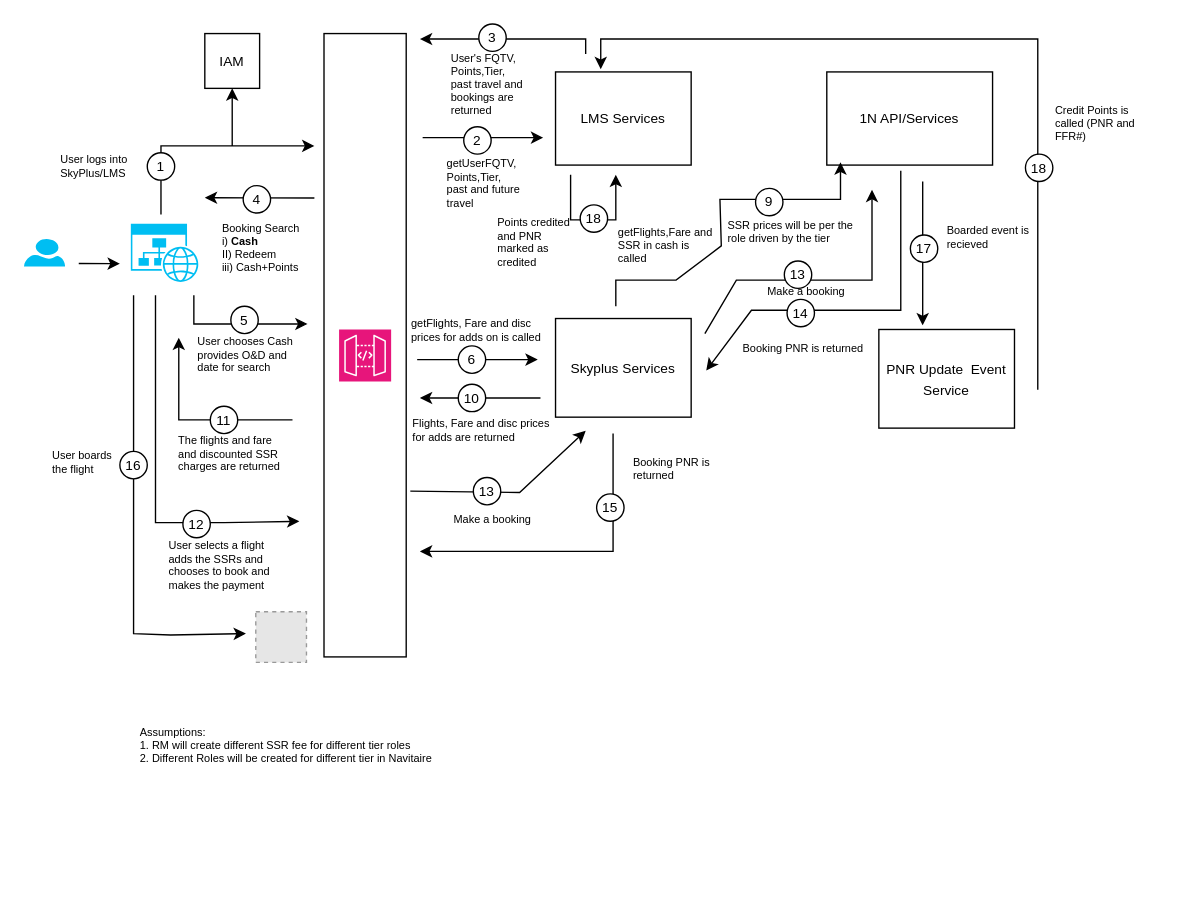
The draw.io diagram page "Book" (2 of 3) of Earn_Booking_Flow.drawio in nchauhan4/drawings, before the edit. Source tidied: cells renumbered, new cells numbered last; positions are measured from the earlier drawing's top-left corner, leaving out a move shared by most shapes. Both pictures are drawn from the tidied source at 137%, with x=0, y=0 at pixel (23, 23). Pictures stored in the file or linked from it are replaced by grey dashed boxes.
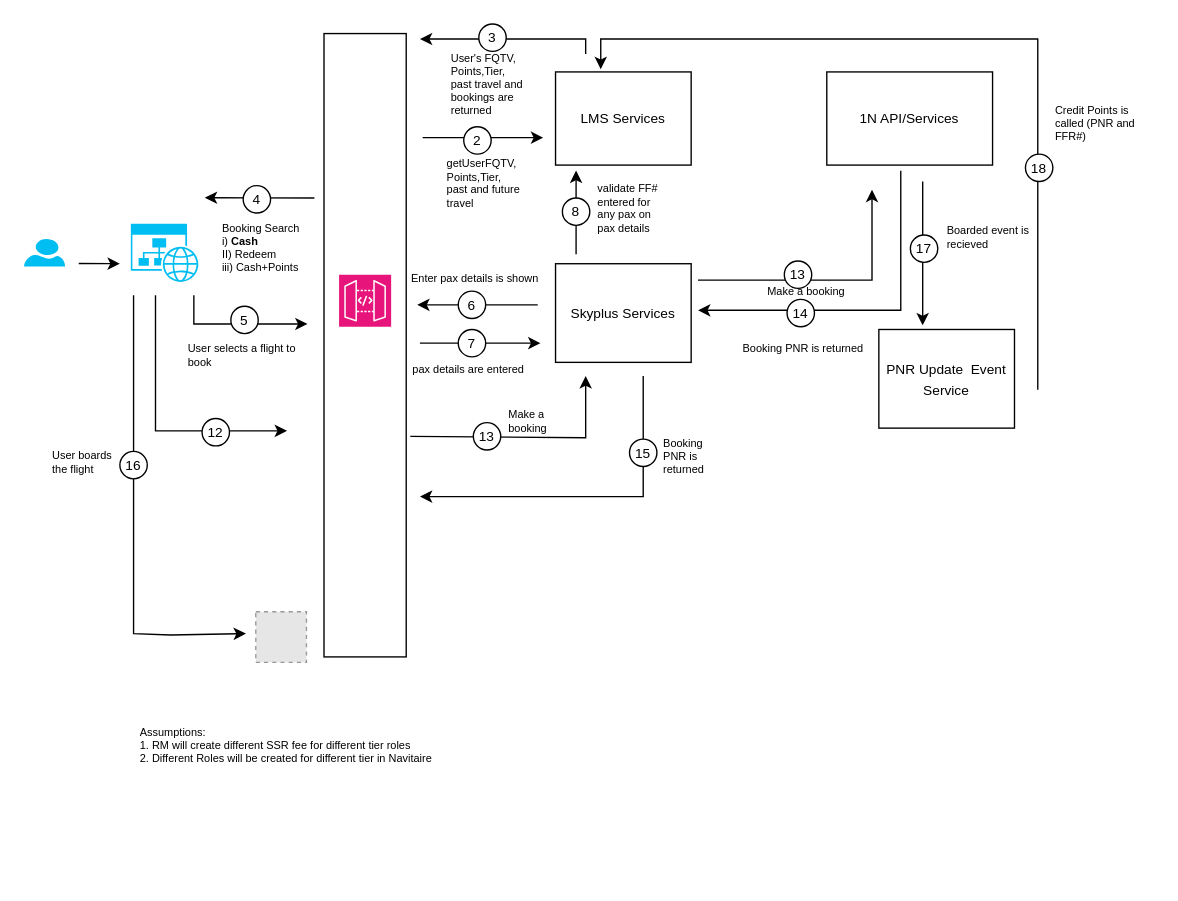
Above is the later version.

What changed in the source:
```diff
@@
     <mxCell id="5" style="sketch=0;fontColor=#232F3E;fillColor=#E7157B;strokeColor=#ffffff;dashed=0;verticalLabelPosition=bottom;verticalAlign=top;align=center;html=1;fontSize=12;fontStyle=0;shape=mxgraph.aws4.resourceIcon;resIcon=mxgraph.aws4.api_gateway;" parent="1" vertex="1">
-      <mxGeometry x="230" y="223" width="38" height="38" as="geometry" />
+      <mxGeometry x="230" y="183" width="38" height="38" as="geometry" />
     </mxCell>
@@
-    <mxCell id="7" style="endArrow=classic;html=1;rounded=0;" parent="1" edge="1">
-      <mxGeometry relative="1" as="geometry">
-        <mxPoint x="100" y="139" as="sourcePoint" />
-        <mxPoint x="212" y="89" as="targetPoint" />
-        <Array as="points">
-          <mxPoint x="100" y="89" />
-        </Array>
-      </mxGeometry>
-    </mxCell>
@@
-    <mxCell id="9" style="endArrow=classic;html=1;rounded=0;entryX=0.5;entryY=1;entryDx=0;entryDy=0;" parent="1" edge="1" target="10">
-      <mxGeometry relative="1" as="geometry">
-        <mxPoint x="152" y="89" as="sourcePoint" />
-      </mxGeometry>
-    </mxCell>
-    <mxCell id="10" value="&lt;font style=&quot;font-size: 10px;&quot;&gt;IAM&lt;/font&gt;" style="rounded=0;whiteSpace=wrap;html=1;" parent="1" vertex="1">
-      <mxGeometry x="132" y="7" width="40" height="40" as="geometry" />
-    </mxCell>
@@
-    <mxCell id="14" style="ellipse;whiteSpace=wrap;html=1;" parent="1" vertex="1">
-      <mxGeometry x="90" y="94" width="20" height="20" as="geometry" />
-    </mxCell>
-    <mxCell id="15" value="&lt;font style=&quot;font-size: 10px;&quot;&gt;1&lt;/font&gt;" style="text;html=1;strokeColor=none;fillColor=none;align=center;verticalAlign=middle;whiteSpace=wrap;rounded=0;" parent="1" vertex="1">
-      <mxGeometry x="85" y="94" width="30" height="20" as="geometry" />
-    </mxCell>
-    <mxCell id="16" value="User logs into SkyPlus/LMS" style="text;html=1;strokeColor=none;fillColor=none;align=left;verticalAlign=top;whiteSpace=wrap;rounded=0;fontSize=8;" parent="1" vertex="1">
-      <mxGeometry x="24.5" y="87.5" width="58.5" height="38.5" as="geometry" />
-    </mxCell>
@@
-    <mxCell id="20" value="User chooses Cash provides O&amp;amp;D and date for search" style="text;html=1;strokeColor=none;fillColor=none;align=left;verticalAlign=top;whiteSpace=wrap;rounded=0;fontSize=8;" parent="1" vertex="1">
-      <mxGeometry x="124.5" y="220.5" width="76.5" height="38.5" as="geometry" />
-    </mxCell>
@@
     <mxCell id="22" value="&lt;font style=&quot;font-size: 10px;&quot;&gt;Skyplus Services&lt;/font&gt;" style="rounded=0;whiteSpace=wrap;html=1;" parent="1" vertex="1">
-      <mxGeometry x="388" y="215" width="99" height="72" as="geometry" />
+      <mxGeometry x="388" y="175" width="99" height="72" as="geometry" />
     </mxCell>
@@
-    <mxCell id="28" value="getFlights,Fare and SSR in cash is called" style="text;html=1;strokeColor=none;fillColor=none;align=left;verticalAlign=top;whiteSpace=wrap;rounded=0;fontSize=8;" parent="1" vertex="1">
-      <mxGeometry x="432" y="141" width="72.8" height="33" as="geometry" />
-    </mxCell>
     <mxCell id="29" style="endArrow=classic;html=1;rounded=0;" parent="1" edge="1">
       <mxGeometry relative="1" as="geometry">
-        <mxPoint x="287" y="245" as="sourcePoint" />
-        <mxPoint x="375" y="245" as="targetPoint" />
+        <mxPoint x="375" y="205" as="sourcePoint" />
+        <mxPoint x="287" y="205" as="targetPoint" />
       </mxGeometry>
     </mxCell>
     <mxCell id="30" style="ellipse;whiteSpace=wrap;html=1;" parent="1" vertex="1">
-      <mxGeometry x="317" y="235" width="20" height="20" as="geometry" />
+      <mxGeometry x="317" y="195" width="20" height="20" as="geometry" />
     </mxCell>
     <mxCell id="31" value="&lt;font style=&quot;font-size: 10px;&quot;&gt;6&lt;/font&gt;" style="text;html=1;strokeColor=none;fillColor=none;align=center;verticalAlign=middle;whiteSpace=wrap;rounded=0;" parent="1" vertex="1">
-      <mxGeometry x="312" y="235" width="30" height="20" as="geometry" />
+      <mxGeometry x="312" y="195" width="30" height="20" as="geometry" />
     </mxCell>
-    <mxCell id="32" value="getFlights, Fare and disc prices for adds on is called" style="text;html=1;strokeColor=none;fillColor=none;align=left;verticalAlign=top;whiteSpace=wrap;rounded=0;fontSize=8;" parent="1" vertex="1">
-      <mxGeometry x="281.4" y="208" width="109.2" height="18" as="geometry" />
+    <mxCell id="32" value="Enter pax details is shown" style="text;html=1;strokeColor=none;fillColor=none;align=left;verticalAlign=top;whiteSpace=wrap;rounded=0;fontSize=8;" parent="1" vertex="1">
+      <mxGeometry x="281.4" y="175" width="109.2" height="18" as="geometry" />
     </mxCell>
     <mxCell id="33" style="endArrow=classic;html=1;rounded=0;" parent="1" edge="1">
       <mxGeometry relative="1" as="geometry">
         <mxPoint x="640" y="107.2" as="sourcePoint" />
-        <mxPoint x="498" y="253" as="targetPoint" />
+        <mxPoint x="492" y="209" as="targetPoint" />
         <Array as="points">
           <mxPoint x="640" y="129.2" />
           <mxPoint x="640" y="165" />
           <mxPoint x="640" y="187" />
           <mxPoint x="640" y="209" />
           <mxPoint x="531" y="209" />
         </Array>
       </mxGeometry>
     </mxCell>
-    <mxCell id="34" style="endArrow=classic;html=1;rounded=0;" parent="1" edge="1">
-      <mxGeometry relative="1" as="geometry">
-        <mxPoint x="432" y="206" as="sourcePoint" />
-        <mxPoint x="596" y="101" as="targetPoint" />
-        <Array as="points">
-          <mxPoint x="432" y="187" />
-          <mxPoint x="476" y="187" />
-          <mxPoint x="509" y="162" />
-          <mxPoint x="508" y="128" />
-          <mxPoint x="596" y="128" />
-        </Array>
-      </mxGeometry>
-    </mxCell>
-    <mxCell id="35" style="ellipse;whiteSpace=wrap;html=1;" parent="1" vertex="1">
-      <mxGeometry x="534" y="120" width="20" height="20" as="geometry" />
-    </mxCell>
-    <mxCell id="36" value="&lt;font style=&quot;font-size: 10px;&quot;&gt;9&lt;/font&gt;" style="text;html=1;strokeColor=none;fillColor=none;align=center;verticalAlign=middle;whiteSpace=wrap;rounded=0;" parent="1" vertex="1">
-      <mxGeometry x="529" y="119" width="30" height="20" as="geometry" />
-    </mxCell>
     <mxCell id="37" style="endArrow=classic;html=1;rounded=0;" parent="1" edge="1">
       <mxGeometry relative="1" as="geometry">
-        <mxPoint x="377" y="273" as="sourcePoint" />
-        <mxPoint x="289" y="273" as="targetPoint" />
+        <mxPoint x="289" y="233" as="sourcePoint" />
+        <mxPoint x="377" y="233" as="targetPoint" />
         <Array as="points">
-          <mxPoint x="344" y="273" />
-          <mxPoint x="311" y="273" />
+          <mxPoint x="311" y="233" />
+          <mxPoint x="344" y="233" />
         </Array>
       </mxGeometry>
     </mxCell>
     <mxCell id="38" style="ellipse;whiteSpace=wrap;html=1;" parent="1" vertex="1">
-      <mxGeometry x="317" y="263" width="20" height="20" as="geometry" />
+      <mxGeometry x="317" y="223" width="20" height="20" as="geometry" />
     </mxCell>
-    <mxCell id="39" value="&lt;font style=&quot;font-size: 10px;&quot;&gt;10&lt;/font&gt;" style="text;html=1;strokeColor=none;fillColor=none;align=center;verticalAlign=middle;whiteSpace=wrap;rounded=0;" parent="1" vertex="1">
-      <mxGeometry x="312" y="263" width="30" height="20" as="geometry" />
+    <mxCell id="39" value="&lt;font style=&quot;font-size: 10px;&quot;&gt;7&lt;/font&gt;" style="text;html=1;strokeColor=none;fillColor=none;align=center;verticalAlign=middle;whiteSpace=wrap;rounded=0;" parent="1" vertex="1">
+      <mxGeometry x="312" y="223" width="30" height="20" as="geometry" />
     </mxCell>
-    <mxCell id="40" style="endArrow=classic;html=1;rounded=0;" parent="1" edge="1">
-      <mxGeometry relative="1" as="geometry">
-        <mxPoint x="196" y="289" as="sourcePoint" />
-        <mxPoint x="113" y="229" as="targetPoint" />
-        <Array as="points">
-          <mxPoint x="163" y="289" />
-          <mxPoint x="113" y="289" />
-        </Array>
-      </mxGeometry>
-    </mxCell>
-    <mxCell id="41" style="ellipse;whiteSpace=wrap;html=1;" parent="1" vertex="1">
-      <mxGeometry x="136" y="279" width="20" height="20" as="geometry" />
-    </mxCell>
-    <mxCell id="42" value="&lt;font style=&quot;font-size: 10px;&quot;&gt;11&lt;/font&gt;" style="text;html=1;strokeColor=none;fillColor=none;align=center;verticalAlign=middle;whiteSpace=wrap;rounded=0;" parent="1" vertex="1">
-      <mxGeometry x="131" y="279" width="30" height="20" as="geometry" />
-    </mxCell>
@@
-    <mxCell id="48" value="The flights and fare and discounted SSR charges are returned" style="text;html=1;strokeColor=none;fillColor=none;align=left;verticalAlign=top;whiteSpace=wrap;rounded=0;fontSize=8;" parent="1" vertex="1">
-      <mxGeometry x="110.8" y="293" width="79.2" height="33" as="geometry" />
-    </mxCell>
     <mxCell id="49" style="endArrow=classic;html=1;rounded=0;" parent="1" edge="1">
       <mxGeometry relative="1" as="geometry">
         <mxPoint x="96" y="198" as="sourcePoint" />
-        <mxPoint x="201" y="363" as="targetPoint" />
+        <mxPoint x="192" y="297" as="targetPoint" />
         <Array as="points">
-          <mxPoint x="96" y="364" />
-          <mxPoint x="146" y="364" />
+          <mxPoint x="96" y="297" />
+          <mxPoint x="152" y="297" />
         </Array>
       </mxGeometry>
     </mxCell>
-    <mxCell id="50" value="User selects a flight adds the SSRs and chooses to book and makes the payment" style="text;html=1;strokeColor=none;fillColor=none;align=left;verticalAlign=top;whiteSpace=wrap;rounded=0;fontSize=8;" parent="1" vertex="1">
-      <mxGeometry x="103.8" y="370" width="86.2" height="59" as="geometry" />
+    <mxCell id="50" value="User selects a flight to book" style="text;html=1;strokeColor=none;fillColor=none;align=left;verticalAlign=top;whiteSpace=wrap;rounded=0;fontSize=8;" parent="1" vertex="1">
+      <mxGeometry x="117.9" y="226" width="86.2" height="31" as="geometry" />
     </mxCell>
     <mxCell id="51" style="ellipse;whiteSpace=wrap;html=1;" parent="1" vertex="1">
-      <mxGeometry x="116" y="355" width="20" height="20" as="geometry" />
+      <mxGeometry x="130" y="288" width="20" height="20" as="geometry" />
     </mxCell>
     <mxCell id="52" value="&lt;font style=&quot;font-size: 10px;&quot;&gt;12&lt;/font&gt;" style="text;html=1;strokeColor=none;fillColor=none;align=center;verticalAlign=middle;whiteSpace=wrap;rounded=0;" parent="1" vertex="1">
-      <mxGeometry x="111" y="355" width="30" height="20" as="geometry" />
+      <mxGeometry x="125" y="288" width="30" height="20" as="geometry" />
     </mxCell>
-    <mxCell id="53" value="Flights, Fare and disc prices for adds are returned" style="text;html=1;strokeColor=none;fillColor=none;align=left;verticalAlign=top;whiteSpace=wrap;rounded=0;fontSize=8;" parent="1" vertex="1">
-      <mxGeometry x="282.4" y="281" width="109.2" height="18" as="geometry" />
+    <mxCell id="53" value="pax details are entered" style="text;html=1;strokeColor=none;fillColor=none;align=left;verticalAlign=top;whiteSpace=wrap;rounded=0;fontSize=8;" parent="1" vertex="1">
+      <mxGeometry x="282.4" y="241" width="109.2" height="18" as="geometry" />
     </mxCell>
-    <mxCell id="54" value="SSR prices will be per the role driven by the tier&amp;nbsp;&amp;nbsp;" style="text;html=1;strokeColor=none;fillColor=none;align=left;verticalAlign=top;whiteSpace=wrap;rounded=0;fontSize=8;" parent="1" vertex="1">
-      <mxGeometry x="512" y="136" width="94.8" height="33" as="geometry" />
-    </mxCell>
@@
     <mxCell id="56" style="endArrow=classic;html=1;rounded=0;" parent="1" edge="1">
       <mxGeometry relative="1" as="geometry">
-        <mxPoint x="282" y="341" as="sourcePoint" />
-        <mxPoint x="410" y="297" as="targetPoint" />
+        <mxPoint x="282" y="301" as="sourcePoint" />
+        <mxPoint x="410" y="257" as="targetPoint" />
         <Array as="points">
-          <mxPoint x="361.8" y="342" />
+          <mxPoint x="410" y="302" />
         </Array>
       </mxGeometry>
     </mxCell>
     <mxCell id="57" style="ellipse;whiteSpace=wrap;html=1;" parent="1" vertex="1">
-      <mxGeometry x="328" y="331" width="20" height="20" as="geometry" />
+      <mxGeometry x="328" y="291" width="20" height="20" as="geometry" />
     </mxCell>
     <mxCell id="58" value="&lt;font style=&quot;font-size: 10px;&quot;&gt;13&lt;/font&gt;" style="text;html=1;strokeColor=none;fillColor=none;align=center;verticalAlign=middle;whiteSpace=wrap;rounded=0;" parent="1" vertex="1">
-      <mxGeometry x="323" y="331" width="30" height="20" as="geometry" />
+      <mxGeometry x="323" y="291" width="30" height="20" as="geometry" />
     </mxCell>
     <mxCell id="59" value="Make a booking" style="text;html=1;strokeColor=none;fillColor=none;align=left;verticalAlign=top;whiteSpace=wrap;rounded=0;fontSize=8;" parent="1" vertex="1">
-      <mxGeometry x="311.8" y="351" width="109.2" height="18" as="geometry" />
+      <mxGeometry x="352" y="273.5" width="36" height="18" as="geometry" />
     </mxCell>
     <mxCell id="60" style="endArrow=classic;html=1;rounded=0;" parent="1" edge="1">
       <mxGeometry relative="1" as="geometry">
-        <mxPoint x="497" y="226" as="sourcePoint" />
+        <mxPoint x="492" y="187" as="sourcePoint" />
         <mxPoint x="619" y="121" as="targetPoint" />
         <Array as="points">
           <mxPoint x="520" y="187" />
           <mxPoint x="619" y="187" />
         </Array>
       </mxGeometry>
     </mxCell>
@@
     <mxCell id="67" style="endArrow=classic;html=1;rounded=0;" parent="1" edge="1">
       <mxGeometry relative="1" as="geometry">
-        <mxPoint x="430" y="299" as="sourcePoint" />
-        <mxPoint x="289" y="385" as="targetPoint" />
+        <mxPoint x="452" y="257" as="sourcePoint" />
+        <mxPoint x="289" y="345" as="targetPoint" />
         <Array as="points">
-          <mxPoint x="430" y="385" />
+          <mxPoint x="452" y="345" />
         </Array>
       </mxGeometry>
     </mxCell>
     <mxCell id="68" value="Booking PNR is returned" style="text;html=1;strokeColor=none;fillColor=none;align=left;verticalAlign=top;whiteSpace=wrap;rounded=0;fontSize=8;" parent="1" vertex="1">
-      <mxGeometry x="443" y="308.5" width="74.2" height="18" as="geometry" />
+      <mxGeometry x="465" y="294.5" width="49" height="38.5" as="geometry" />
     </mxCell>
     <mxCell id="69" style="ellipse;whiteSpace=wrap;html=1;" parent="1" vertex="1">
-      <mxGeometry x="418" y="343" width="20" height="20" as="geometry" />
+      <mxGeometry x="442" y="303" width="20" height="20" as="geometry" />
     </mxCell>
     <mxCell id="70" value="&lt;font style=&quot;font-size: 10px;&quot;&gt;15&lt;/font&gt;" style="text;html=1;strokeColor=none;fillColor=none;align=center;verticalAlign=middle;whiteSpace=wrap;rounded=0;" parent="1" vertex="1">
-      <mxGeometry x="413" y="343" width="30" height="20" as="geometry" />
+      <mxGeometry x="437" y="303" width="30" height="20" as="geometry" />
     </mxCell>
@@
-    <mxCell id="84" style="endArrow=classic;html=1;rounded=0;" parent="1" edge="1">
-      <mxGeometry relative="1" as="geometry">
-        <mxPoint x="399" y="110" as="sourcePoint" />
-        <mxPoint x="432" y="110" as="targetPoint" />
-        <Array as="points">
-          <mxPoint x="399" y="143" />
-          <mxPoint x="432" y="143" />
-        </Array>
-      </mxGeometry>
-    </mxCell>
-    <mxCell id="85" style="ellipse;whiteSpace=wrap;html=1;" parent="1" vertex="1">
-      <mxGeometry x="406" y="132" width="20" height="20" as="geometry" />
-    </mxCell>
-    <mxCell id="86" value="&lt;font style=&quot;font-size: 10px;&quot;&gt;18&lt;/font&gt;" style="text;html=1;strokeColor=none;fillColor=none;align=center;verticalAlign=middle;whiteSpace=wrap;rounded=0;" parent="1" vertex="1">
-      <mxGeometry x="404" y="136" width="24" height="12" as="geometry" />
-    </mxCell>
-    <mxCell id="87" value="Points credited and PNR marked as credited" style="text;html=1;strokeColor=none;fillColor=none;align=left;verticalAlign=top;whiteSpace=wrap;rounded=0;fontSize=8;" parent="1" vertex="1">
-      <mxGeometry x="343.8" y="134" width="58.5" height="33" as="geometry" />
-    </mxCell>
+    <mxCell id="88" style="endArrow=classic;html=1;rounded=0;" parent="1" edge="1">
+      <mxGeometry relative="1" as="geometry">
+        <mxPoint x="403" y="168" as="sourcePoint" />
+        <mxPoint x="403" y="107" as="targetPoint" />
+      </mxGeometry>
+    </mxCell>
+    <mxCell id="89" value="validate FF# entered for any pax on pax details" style="text;html=1;strokeColor=none;fillColor=none;align=left;verticalAlign=top;whiteSpace=wrap;rounded=0;fontSize=8;" parent="1" vertex="1">
+      <mxGeometry x="417" y="108.5" width="55" height="18" as="geometry" />
+    </mxCell>
+    <mxCell id="90" style="edgeStyle=orthogonalEdgeStyle;rounded=0;orthogonalLoop=1;jettySize=auto;html=1;exitX=0.5;exitY=1;exitDx=0;exitDy=0;" parent="1" edge="1" source="89" target="89">
+      <mxGeometry relative="1" as="geometry" />
+    </mxCell>
+    <mxCell id="91" style="ellipse;whiteSpace=wrap;html=1;" parent="1" vertex="1">
+      <mxGeometry x="393" y="127" width="20" height="20" as="geometry" />
+    </mxCell>
+    <mxCell id="92" value="&lt;font style=&quot;font-size: 10px;&quot;&gt;8&lt;/font&gt;" style="text;html=1;strokeColor=none;fillColor=none;align=center;verticalAlign=middle;whiteSpace=wrap;rounded=0;" parent="1" vertex="1">
+      <mxGeometry x="388" y="127" width="30" height="20" as="geometry" />
+    </mxCell>
```
